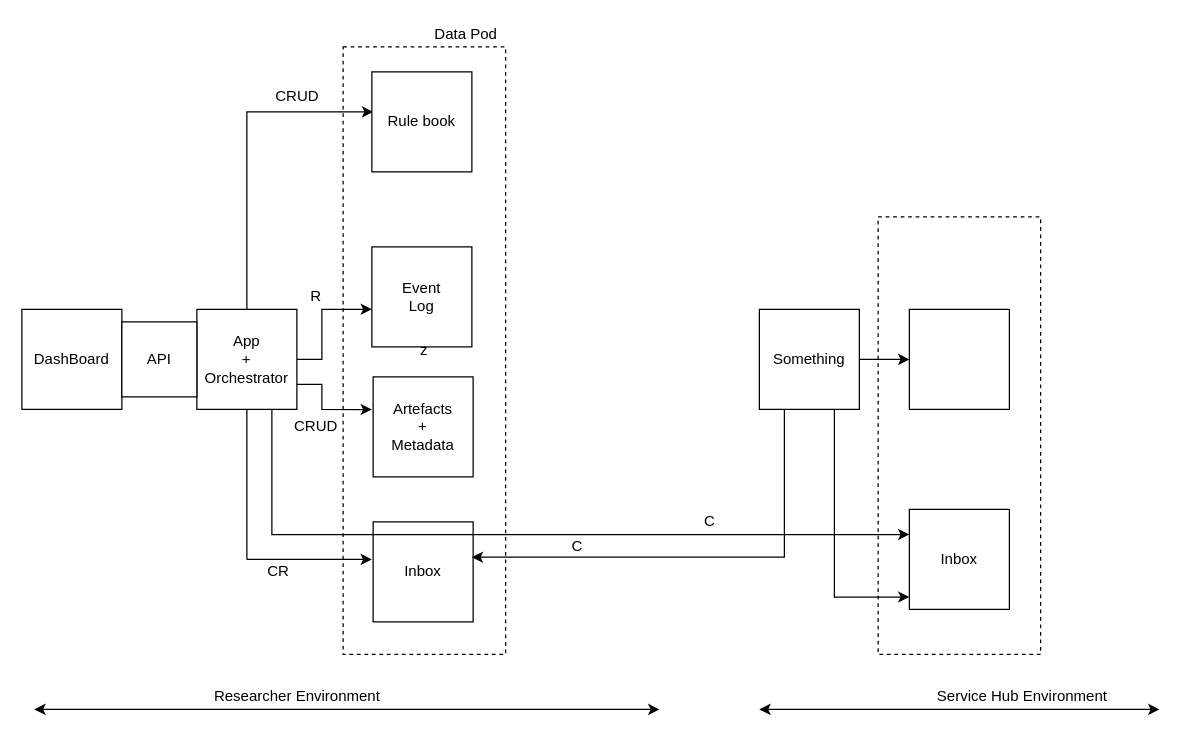
Before: diagrams/mellon-crud.drawio in MellonScholarlyCommunication/spec-overview, a draw.io diagram. Source tidied: cells renumbered, new cells numbered last; positions are measured from the earlier drawing's top-left corner, leaving out a move shared by most shapes. Both pictures are drawn from the tidied source at 125%, with x=0, y=0 at pixel (21, 21).
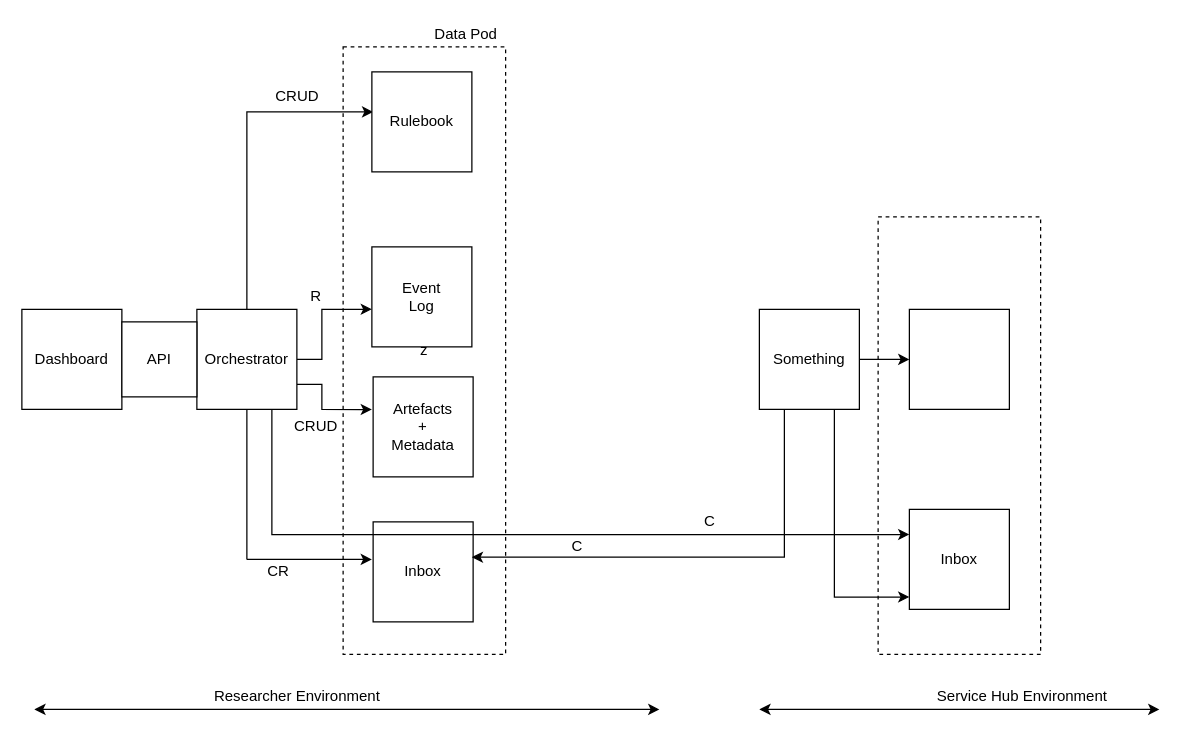
The same diagram, later.

Change to the diagram source:
```diff
@@
-    <mxCell id="6" value="App&lt;br&gt;+&lt;br&gt;Orchestrator" style="whiteSpace=wrap;html=1;" parent="1" vertex="1">
+    <mxCell id="6" value="Orchestrator" style="whiteSpace=wrap;html=1;" parent="1" vertex="1">
       <mxGeometry x="140" y="230" width="80" height="80" as="geometry" />
     </mxCell>
-    <mxCell id="7" value="DashBoard" style="whiteSpace=wrap;html=1;" parent="1" vertex="1">
+    <mxCell id="7" value="Dashboard" style="whiteSpace=wrap;html=1;" parent="1" vertex="1">
       <mxGeometry y="230" width="80" height="80" as="geometry" />
     </mxCell>
@@
-    <mxCell id="9" value="Rule book" style="whiteSpace=wrap;html=1;" parent="1" vertex="1">
+    <mxCell id="9" value="Rulebook" style="whiteSpace=wrap;html=1;" parent="1" vertex="1">
       <mxGeometry x="280" y="40" width="80" height="80" as="geometry" />
     </mxCell>
```
